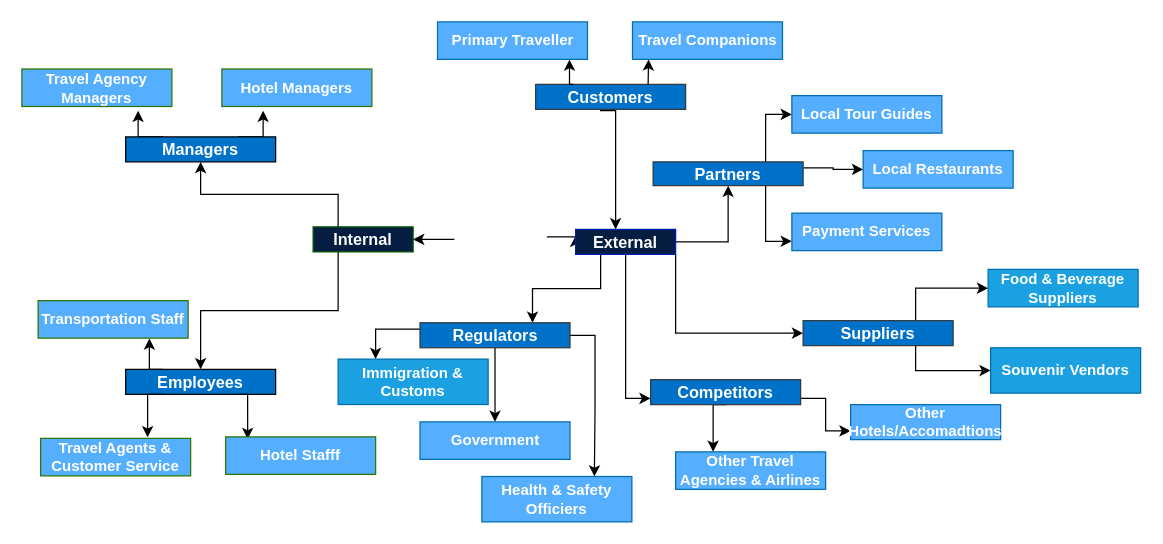
This is mindmap_stakeholders.drawio from kyrafld/kyrafld, a draw.io file, before an edit. Source tidied: cells renumbered, new cells numbered last; positions are measured from the earlier drawing's top-left corner, leaving out a move shared by most shapes. Both pictures are drawn from the tidied source at 125%, with x=0, y=0 at pixel (21, 21).
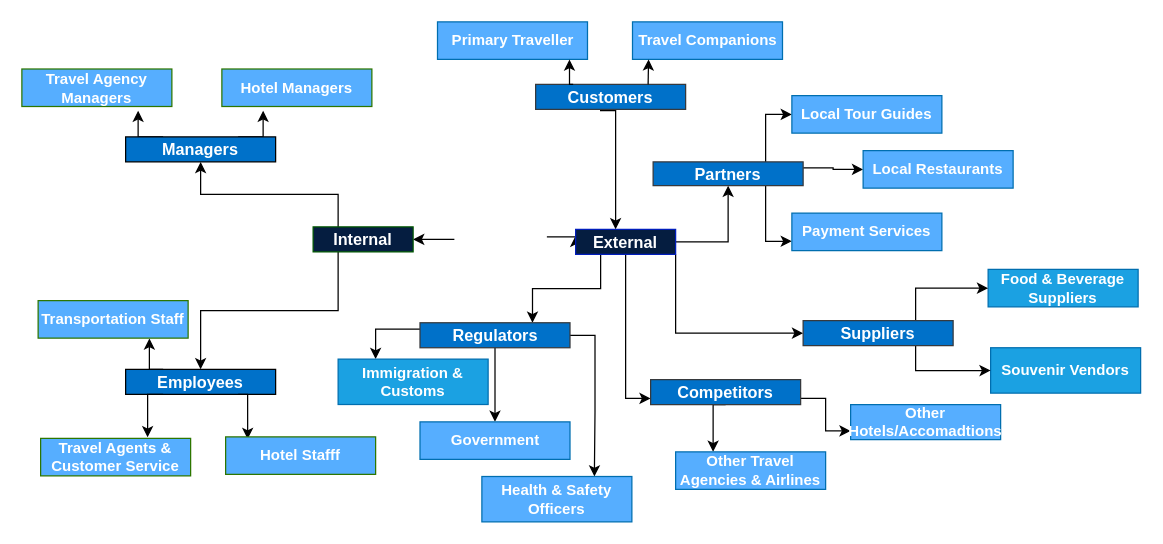
Above is the later version.

Change to the diagram source:
```diff
@@
-    <mxCell id="38" value="&lt;div style=&quot;&quot;&gt;Health &amp;amp; Safety Officiers&lt;/div&gt;" style="rounded=0;whiteSpace=wrap;html=1;align=center;fillColor=#56aeff;fontColor=#ffffff;strokeColor=#006EAF;fontStyle=1;" parent="1" vertex="1">
+    <mxCell id="38" value="&lt;div style=&quot;&quot;&gt;Health &amp;amp; Safety Officers&lt;/div&gt;" style="rounded=0;whiteSpace=wrap;html=1;align=center;fillColor=#56aeff;fontColor=#ffffff;strokeColor=#006EAF;fontStyle=1;" parent="1" vertex="1">
       <mxGeometry x="368" y="363.7" width="120" height="36.3" as="geometry" />
     </mxCell>
```
